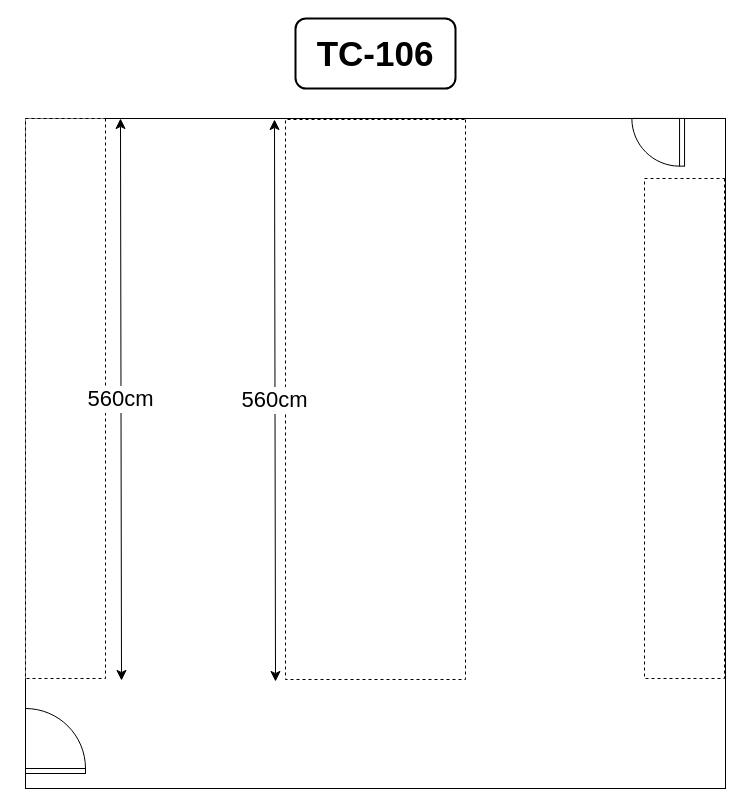
gI7DUmmY/diagrams keeps this draw.io diagram as TC-106.drawio. Above is the earlier version. Source tidied: cells renumbered, new cells numbered last; positions are measured from the earlier drawing's top-left corner, leaving out a move shared by most shapes. Both pictures are drawn from the tidied source at 100%, with x=0, y=0 at pixel (-215, 18).
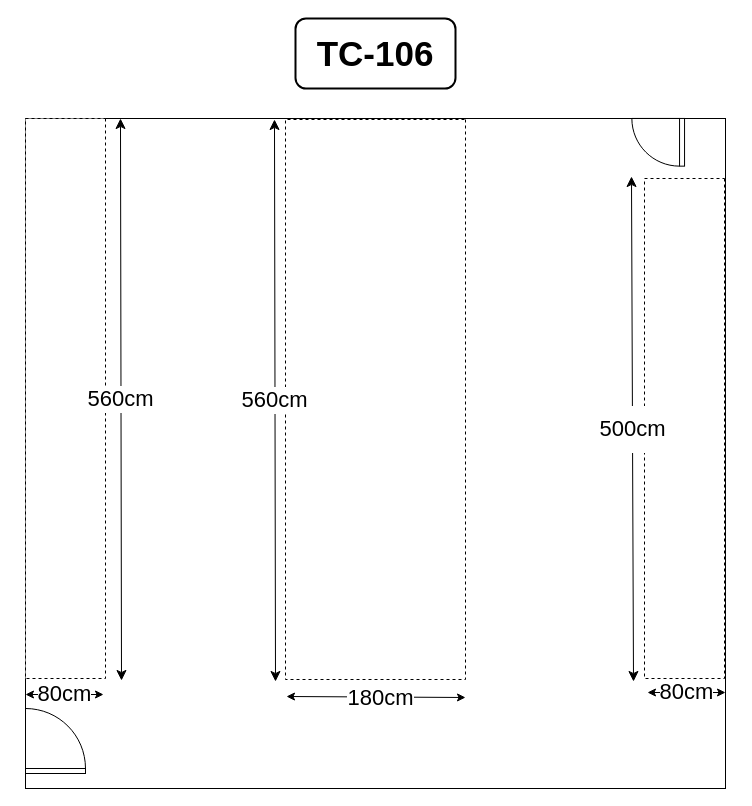
Above is the later version.

Commit message (it also covers changes not shown here):
Mettre à jour TC-106.drawio

Diff of the diagram source:
```diff
@@
+    <mxCell id="11" value="&lt;div style=&quot;line-height: 110%;&quot;&gt;&lt;p&gt;&lt;font style=&quot;font-size: 22px; line-height: 110%;&quot;&gt;500cm&lt;/font&gt;&lt;/p&gt;&lt;/div&gt;" style="edgeStyle=none;orthogonalLoop=1;jettySize=auto;html=1;endArrow=classic;startArrow=classic;endSize=8;startSize=8;rounded=0;align=center;labelBackgroundColor=default;" parent="1" edge="1">
+      <mxGeometry relative="1" as="geometry">
+        <mxPoint x="846" y="158" as="sourcePoint" />
+        <mxPoint x="848" y="663" as="targetPoint" />
+      </mxGeometry>
+    </mxCell>
+    <mxCell id="12" value="80cm" style="endArrow=classic;startArrow=classic;html=1;rounded=0;fontSize=22;" parent="1" edge="1">
+      <mxGeometry relative="1" as="geometry">
+        <mxPoint x="240" y="676" as="sourcePoint" />
+        <mxPoint x="318" y="676" as="targetPoint" />
+      </mxGeometry>
+    </mxCell>
+    <mxCell id="13" value="80cm" style="endArrow=classic;startArrow=classic;html=1;rounded=0;fontSize=22;" parent="1" edge="1">
+      <mxGeometry relative="1" as="geometry">
+        <mxPoint x="862" y="674" as="sourcePoint" />
+        <mxPoint x="940" y="674" as="targetPoint" />
+      </mxGeometry>
+    </mxCell>
+    <mxCell id="14" value="&lt;div align=&quot;center&quot;&gt;180cm&lt;/div&gt;" style="endArrow=classic;startArrow=classic;html=1;rounded=0;fontSize=22;align=center;" parent="1" edge="1">
+      <mxGeometry x="0.05" y="-1" relative="1" as="geometry">
+        <mxPoint x="501" y="678" as="sourcePoint" />
+        <mxPoint x="680" y="679" as="targetPoint" />
+      </mxGeometry>
+    </mxCell>
```
